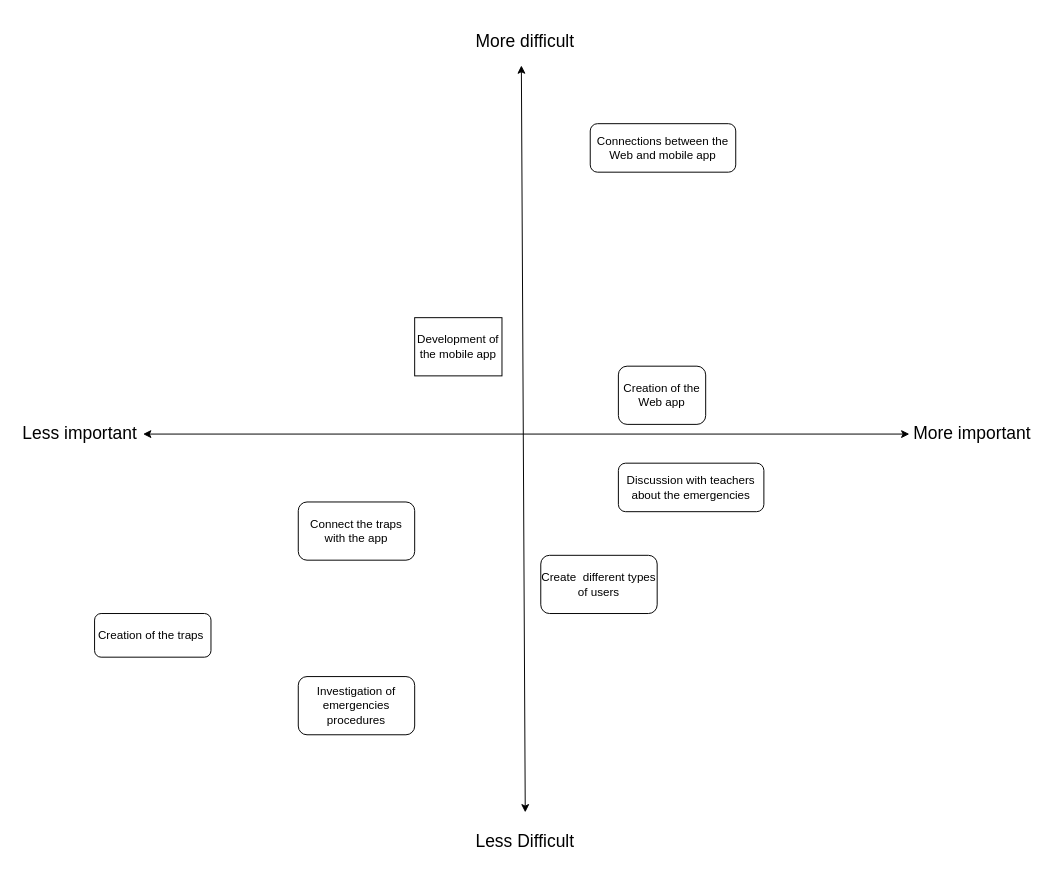
The draw.io diagram Untitled Diagram.drawio in EmergenBis/emergenbis, before the edit. Source tidied: cells renumbered, new cells numbered last; positions are measured from the earlier drawing's top-left corner, leaving out a move shared by most shapes. Both pictures are drawn from the tidied source at 97%, with x=0, y=0 at pixel (16, 16).
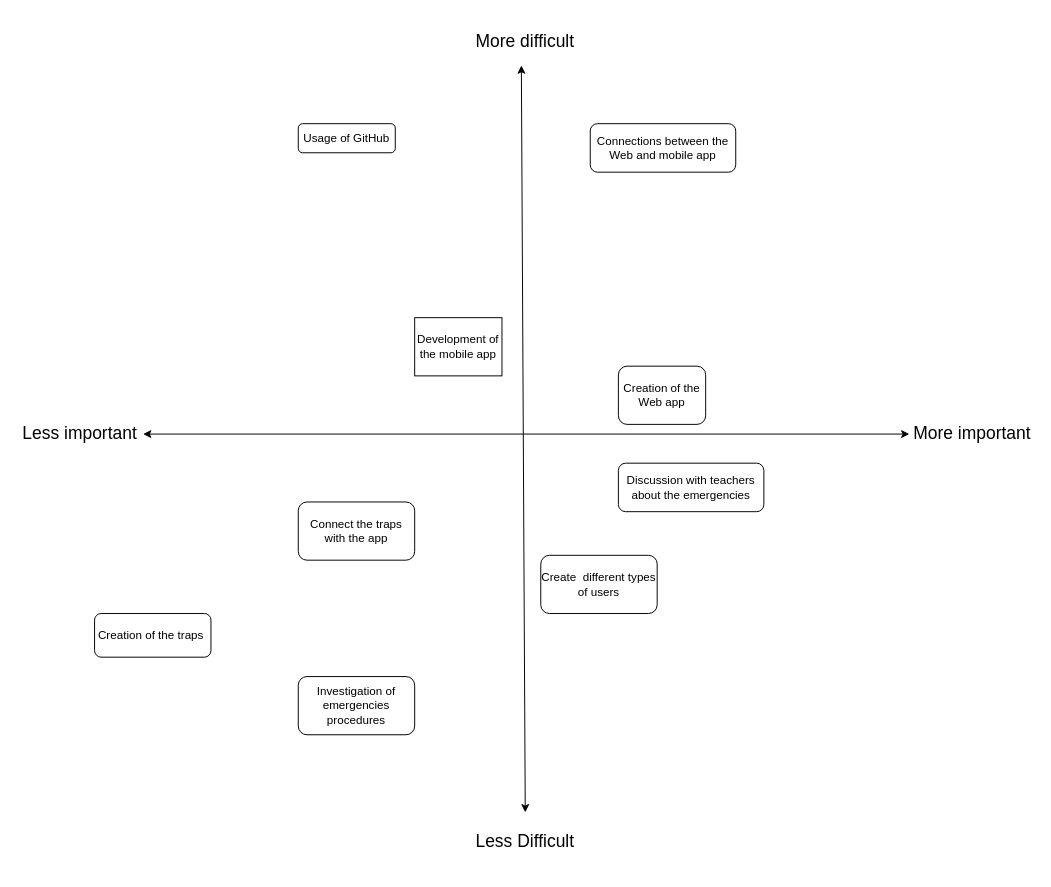
After the change.

What changed in the source:
```diff
@@
 <mxGraphModel>
   <root>
     <mxCell id="0" />
     <mxCell id="1" parent="0" />
     <mxCell id="2" value="Development of the mobile app" style="rounded=0;whiteSpace=wrap;html=1;" parent="1" vertex="1">
       <mxGeometry x="410" y="310" width="90" height="60" as="geometry" />
     </mxCell>
     <mxCell id="3" style="endArrow=classic;startArrow=classic;html=1;" parent="1" edge="1">
       <mxGeometry relative="1" as="geometry">
         <mxPoint x="524" y="820" as="sourcePoint" />
         <mxPoint x="520" y="50" as="targetPoint" />
       </mxGeometry>
     </mxCell>
     <mxCell id="4" style="endArrow=classic;startArrow=classic;html=1;" parent="1" edge="1">
       <mxGeometry relative="1" as="geometry">
         <mxPoint x="130" y="430" as="sourcePoint" />
         <mxPoint x="920" y="430" as="targetPoint" />
       </mxGeometry>
     </mxCell>
     <mxCell id="5" value="&lt;font style=&quot;font-size: 18px&quot;&gt;Less Difficult&lt;/font&gt;" style="text;html=1;strokeColor=none;fillColor=none;align=center;verticalAlign=middle;whiteSpace=wrap;rounded=0;" parent="1" vertex="1">
       <mxGeometry x="457" y="820" width="134" height="60" as="geometry" />
     </mxCell>
     <mxCell id="6" value="&lt;font style=&quot;font-size: 18px&quot;&gt;More difficult&lt;/font&gt;" style="text;html=1;strokeColor=none;fillColor=none;align=center;verticalAlign=middle;whiteSpace=wrap;rounded=0;" parent="1" vertex="1">
       <mxGeometry x="461" width="126" height="50" as="geometry" />
     </mxCell>
     <mxCell id="7" value="&lt;font style=&quot;font-size: 18px&quot;&gt;Less important&lt;/font&gt;" style="text;html=1;strokeColor=none;fillColor=none;align=center;verticalAlign=middle;whiteSpace=wrap;rounded=0;" parent="1" vertex="1">
       <mxGeometry y="410" width="130" height="40" as="geometry" />
     </mxCell>
     <mxCell id="8" value="&lt;font style=&quot;font-size: 18px&quot;&gt;More important&lt;/font&gt;" style="text;html=1;strokeColor=none;fillColor=none;align=center;verticalAlign=middle;whiteSpace=wrap;rounded=0;" parent="1" vertex="1">
       <mxGeometry x="920" y="410" width="130" height="40" as="geometry" />
     </mxCell>
     <mxCell id="9" value="Connections between the Web and mobile app" style="rounded=1;whiteSpace=wrap;html=1;" parent="1" vertex="1">
       <mxGeometry x="591" y="110" width="150" height="50" as="geometry" />
     </mxCell>
     <mxCell id="10" value="Creation of the Web app" style="rounded=1;whiteSpace=wrap;html=1;" parent="1" vertex="1">
       <mxGeometry x="620" y="360" width="90" height="60" as="geometry" />
     </mxCell>
     <mxCell id="11" value="Creation of the traps&amp;nbsp;" style="rounded=1;whiteSpace=wrap;html=1;" parent="1" vertex="1">
       <mxGeometry x="80" y="615" width="120" height="45" as="geometry" />
     </mxCell>
     <mxCell id="12" value="Discussion with teachers about the emergencies" style="rounded=1;whiteSpace=wrap;html=1;" parent="1" vertex="1">
       <mxGeometry x="620" y="460" width="150" height="50" as="geometry" />
     </mxCell>
     <mxCell id="13" value="Connect the traps with the app" style="rounded=1;whiteSpace=wrap;html=1;" parent="1" vertex="1">
       <mxGeometry x="290" y="500" width="120" height="60" as="geometry" />
     </mxCell>
     <mxCell id="14" value="Create&amp;nbsp; different types of users" style="rounded=1;whiteSpace=wrap;html=1;" parent="1" vertex="1">
       <mxGeometry x="540" y="555" width="120" height="60" as="geometry" />
     </mxCell>
     <mxCell id="15" value="Investigation of emergencies procedures" style="rounded=1;whiteSpace=wrap;html=1;" parent="1" vertex="1">
       <mxGeometry x="290" y="680" width="120" height="60" as="geometry" />
     </mxCell>
+    <mxCell id="16" value="Usage of GitHub" style="rounded=1;whiteSpace=wrap;html=1;" parent="1" vertex="1">
+      <mxGeometry x="290" y="110" width="100" height="30" as="geometry" />
+    </mxCell>
   </root>
 </mxGraphModel>
```
